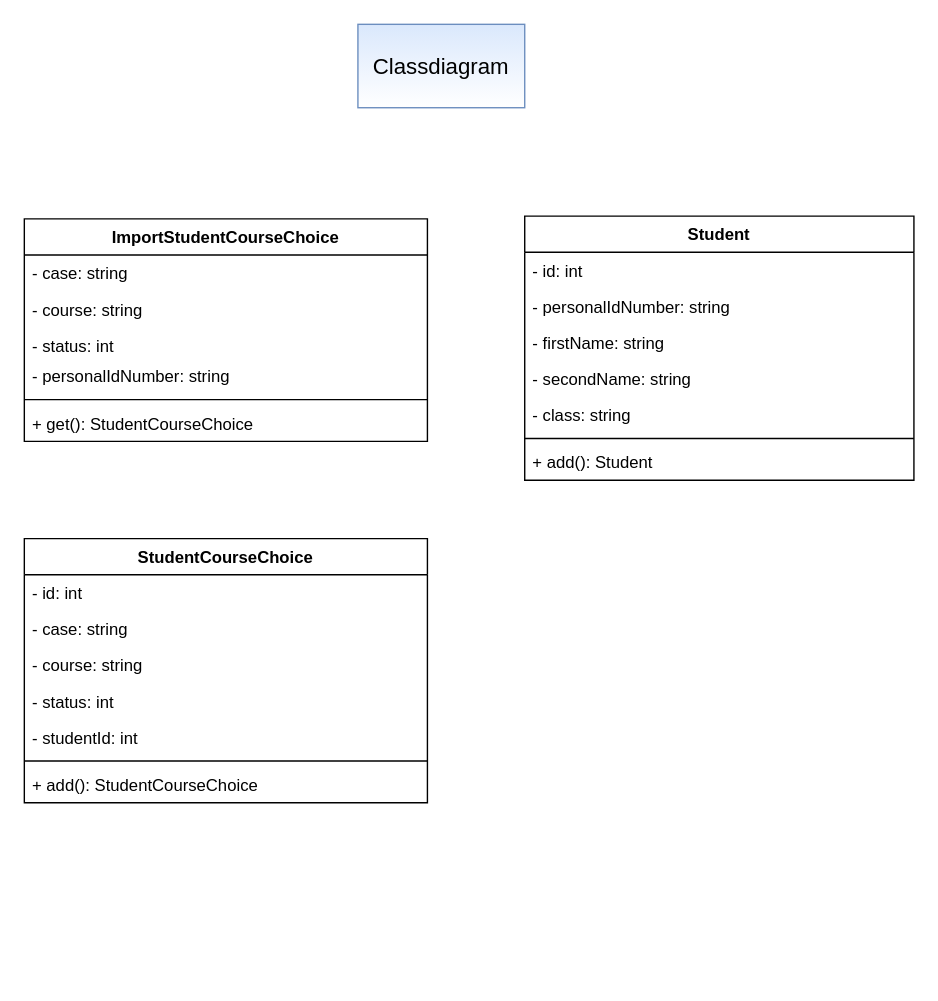
The draw.io diagram page "Classdiagram" (2 of 3) of Overview group manager.drawio in hk66dev/manage-student-groups, before the edit. Source tidied: cells renumbered, new cells numbered last; positions are measured from the earlier drawing's top-left corner, leaving out a move shared by most shapes. Both pictures are drawn from the tidied source at 139%, with x=0, y=0 at pixel (24, 24).
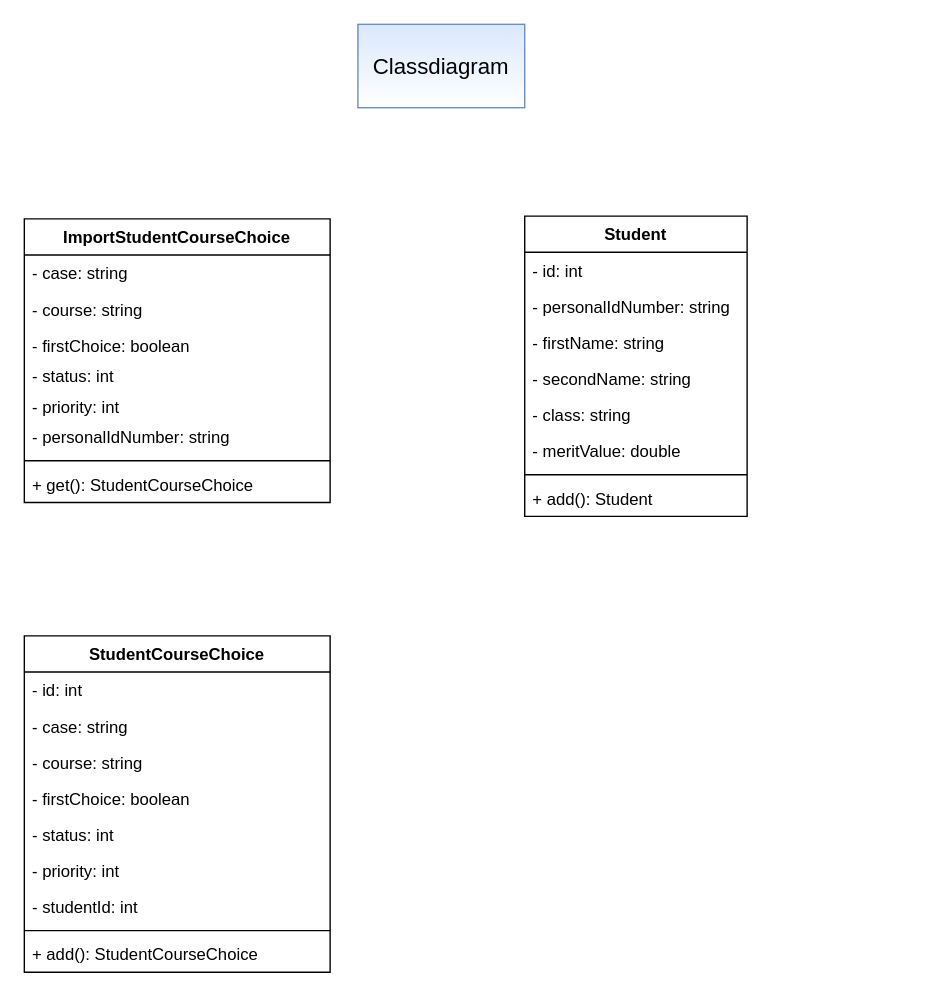
The same page after the edit.

What changed in the source:
```diff
@@
     <mxCell id="2" value="ImportStudentCourseChoice&#10;" style="swimlane;fontStyle=1;align=center;verticalAlign=top;horizontal=1;startSize=26;rounded=0;sketch=0;" parent="1" vertex="1">
-      <mxGeometry y="140" width="290" height="160" as="geometry" />
+      <mxGeometry y="140" width="220" height="204" as="geometry" />
     </mxCell>
     <mxCell id="3" value="- case: string" style="text;strokeColor=none;fillColor=none;align=left;verticalAlign=top;spacingLeft=4;spacingRight=4;overflow=hidden;rounded=0;sketch=0;" parent="2" vertex="1">
-      <mxGeometry y="26" width="290" height="26" as="geometry" />
+      <mxGeometry y="26" width="220" height="26" as="geometry" />
     </mxCell>
     <mxCell id="4" value="- course: string" style="text;strokeColor=none;fillColor=none;align=left;verticalAlign=top;spacingLeft=4;spacingRight=4;overflow=hidden;rounded=0;sketch=0;" parent="2" vertex="1">
-      <mxGeometry y="52" width="290" height="26" as="geometry" />
+      <mxGeometry y="52" width="220" height="26" as="geometry" />
     </mxCell>
+    <mxCell id="26" value="- firstChoice: boolean" style="text;strokeColor=none;fillColor=none;align=left;verticalAlign=top;spacingLeft=4;spacingRight=4;overflow=hidden;rounded=0;sketch=0;" parent="2" vertex="1">
+      <mxGeometry y="78" width="220" height="22" as="geometry" />
+    </mxCell>
     <mxCell id="5" value="- status: int" style="text;strokeColor=none;fillColor=none;align=left;verticalAlign=top;spacingLeft=4;spacingRight=4;overflow=hidden;rounded=0;sketch=0;" parent="2" vertex="1">
-      <mxGeometry y="78" width="290" height="22" as="geometry" />
+      <mxGeometry y="100" width="220" height="22" as="geometry" />
     </mxCell>
+    <mxCell id="27" value="- priority: int" style="text;strokeColor=none;fillColor=none;align=left;verticalAlign=top;spacingLeft=4;spacingRight=4;overflow=hidden;rounded=0;sketch=0;" parent="2" vertex="1">
+      <mxGeometry y="122" width="220" height="22" as="geometry" />
+    </mxCell>
     <mxCell id="6" value="- personalIdNumber: string" style="text;strokeColor=none;fillColor=none;align=left;verticalAlign=top;spacingLeft=4;spacingRight=4;overflow=hidden;rounded=0;sketch=0;" parent="2" vertex="1">
-      <mxGeometry y="100" width="290" height="26" as="geometry" />
+      <mxGeometry y="144" width="220" height="26" as="geometry" />
     </mxCell>
     <mxCell id="7" style="line;strokeWidth=1;fillColor=none;align=left;verticalAlign=middle;spacingTop=-1;spacingLeft=3;spacingRight=3;labelPosition=right;rounded=0;sketch=0;" parent="2" vertex="1">
-      <mxGeometry y="126" width="290" height="8" as="geometry" />
+      <mxGeometry y="170" width="220" height="8" as="geometry" />
     </mxCell>
     <mxCell id="8" value="+ get(): StudentCourseChoice" style="text;strokeColor=none;fillColor=none;align=left;verticalAlign=top;spacingLeft=4;spacingRight=4;overflow=hidden;rounded=0;sketch=0;" parent="2" vertex="1">
-      <mxGeometry y="134" width="290" height="26" as="geometry" />
+      <mxGeometry y="178" width="220" height="26" as="geometry" />
     </mxCell>
     <mxCell id="9" value="Student" style="swimlane;fontStyle=1;align=center;verticalAlign=top;horizontal=1;startSize=26;rounded=0;sketch=0;" parent="1" vertex="1">
-      <mxGeometry x="360" y="138" width="280" height="190" as="geometry" />
+      <mxGeometry x="360" y="138" width="160" height="216" as="geometry" />
     </mxCell>
     <mxCell id="10" value="- id: int" style="text;strokeColor=none;fillColor=none;align=left;verticalAlign=top;spacingLeft=4;spacingRight=4;overflow=hidden;rounded=0;sketch=0;" parent="9" vertex="1">
-      <mxGeometry y="26" width="280" height="26" as="geometry" />
+      <mxGeometry y="26" width="160" height="26" as="geometry" />
     </mxCell>
     <mxCell id="11" value="- personalIdNumber: string" style="text;strokeColor=none;fillColor=none;align=left;verticalAlign=top;spacingLeft=4;spacingRight=4;overflow=hidden;rounded=0;sketch=0;" parent="9" vertex="1">
-      <mxGeometry y="52" width="280" height="26" as="geometry" />
+      <mxGeometry y="52" width="160" height="26" as="geometry" />
     </mxCell>
     <mxCell id="12" value="- firstName: string" style="text;strokeColor=none;fillColor=none;align=left;verticalAlign=top;spacingLeft=4;spacingRight=4;overflow=hidden;rounded=0;sketch=0;" parent="9" vertex="1">
-      <mxGeometry y="78" width="280" height="26" as="geometry" />
+      <mxGeometry y="78" width="160" height="26" as="geometry" />
     </mxCell>
     <mxCell id="13" value="- secondName: string" style="text;strokeColor=none;fillColor=none;align=left;verticalAlign=top;spacingLeft=4;spacingRight=4;overflow=hidden;rounded=0;sketch=0;" parent="9" vertex="1">
-      <mxGeometry y="104" width="280" height="26" as="geometry" />
+      <mxGeometry y="104" width="160" height="26" as="geometry" />
     </mxCell>
     <mxCell id="14" value="- class: string" style="text;strokeColor=none;fillColor=none;align=left;verticalAlign=top;spacingLeft=4;spacingRight=4;overflow=hidden;rounded=0;sketch=0;" parent="9" vertex="1">
-      <mxGeometry y="130" width="280" height="26" as="geometry" />
+      <mxGeometry y="130" width="160" height="26" as="geometry" />
     </mxCell>
+    <mxCell id="28" value="- meritValue: double" style="text;strokeColor=none;fillColor=none;align=left;verticalAlign=top;spacingLeft=4;spacingRight=4;overflow=hidden;rounded=0;sketch=0;" parent="9" vertex="1">
+      <mxGeometry y="156" width="160" height="26" as="geometry" />
+    </mxCell>
     <mxCell id="15" style="line;strokeWidth=1;fillColor=none;align=left;verticalAlign=middle;spacingTop=-1;spacingLeft=3;spacingRight=3;labelPosition=right;rounded=0;sketch=0;" parent="9" vertex="1">
-      <mxGeometry y="156" width="280" height="8" as="geometry" />
+      <mxGeometry y="182" width="160" height="8" as="geometry" />
     </mxCell>
     <mxCell id="16" value="+ add(): Student" style="text;strokeColor=none;fillColor=none;align=left;verticalAlign=top;spacingLeft=4;spacingRight=4;overflow=hidden;rounded=0;sketch=0;" parent="9" vertex="1">
-      <mxGeometry y="164" width="280" height="26" as="geometry" />
+      <mxGeometry y="190" width="160" height="26" as="geometry" />
     </mxCell>
@@
     <mxCell id="18" value="StudentCourseChoice" style="swimlane;fontStyle=1;align=center;verticalAlign=top;horizontal=1;startSize=26;rounded=0;sketch=0;fontSize=12;gradientColor=#ffffff;" parent="1" vertex="1">
-      <mxGeometry y="370" width="290" height="190" as="geometry" />
+      <mxGeometry y="440" width="220" height="242" as="geometry" />
     </mxCell>
     <mxCell id="19" value="- id: int" style="text;strokeColor=none;fillColor=none;align=left;verticalAlign=top;spacingLeft=4;spacingRight=4;overflow=hidden;rounded=0;sketch=0;fontSize=12;" parent="18" vertex="1">
-      <mxGeometry y="26" width="290" height="26" as="geometry" />
+      <mxGeometry y="26" width="220" height="26" as="geometry" />
     </mxCell>
     <mxCell id="20" value="- case: string" style="text;strokeColor=none;fillColor=none;align=left;verticalAlign=top;spacingLeft=4;spacingRight=4;overflow=hidden;rounded=0;sketch=0;fontSize=12;" parent="18" vertex="1">
-      <mxGeometry y="52" width="290" height="26" as="geometry" />
+      <mxGeometry y="52" width="220" height="26" as="geometry" />
     </mxCell>
     <mxCell id="21" value="- course: string" style="text;strokeColor=none;fillColor=none;align=left;verticalAlign=top;spacingLeft=4;spacingRight=4;overflow=hidden;rounded=0;sketch=0;fontSize=12;" parent="18" vertex="1">
-      <mxGeometry y="78" width="290" height="26" as="geometry" />
+      <mxGeometry y="78" width="220" height="26" as="geometry" />
     </mxCell>
+    <mxCell id="29" value="- firstChoice: boolean" style="text;strokeColor=none;fillColor=none;align=left;verticalAlign=top;spacingLeft=4;spacingRight=4;overflow=hidden;rounded=0;sketch=0;fontSize=12;" parent="18" vertex="1">
+      <mxGeometry y="104" width="220" height="26" as="geometry" />
+    </mxCell>
     <mxCell id="22" value="- status: int" style="text;strokeColor=none;fillColor=none;align=left;verticalAlign=top;spacingLeft=4;spacingRight=4;overflow=hidden;rounded=0;sketch=0;fontSize=12;" parent="18" vertex="1">
-      <mxGeometry y="104" width="290" height="26" as="geometry" />
+      <mxGeometry y="130" width="220" height="26" as="geometry" />
     </mxCell>
+    <mxCell id="30" value="- priority: int" style="text;strokeColor=none;fillColor=none;align=left;verticalAlign=top;spacingLeft=4;spacingRight=4;overflow=hidden;rounded=0;sketch=0;fontSize=12;" parent="18" vertex="1">
+      <mxGeometry y="156" width="220" height="26" as="geometry" />
+    </mxCell>
     <mxCell id="23" value="- studentId: int" style="text;strokeColor=none;fillColor=none;align=left;verticalAlign=top;spacingLeft=4;spacingRight=4;overflow=hidden;rounded=0;sketch=0;fontSize=12;" parent="18" vertex="1">
-      <mxGeometry y="130" width="290" height="26" as="geometry" />
+      <mxGeometry y="182" width="220" height="26" as="geometry" />
     </mxCell>
     <mxCell id="24" style="line;strokeWidth=1;fillColor=none;align=left;verticalAlign=middle;spacingTop=-1;spacingLeft=3;spacingRight=3;labelPosition=right;rounded=0;sketch=0;fontSize=16;" parent="18" vertex="1">
-      <mxGeometry y="156" width="290" height="8" as="geometry" />
+      <mxGeometry y="208" width="220" height="8" as="geometry" />
     </mxCell>
     <mxCell id="25" value="+ add(): StudentCourseChoice" style="text;strokeColor=none;fillColor=none;align=left;verticalAlign=top;spacingLeft=4;spacingRight=4;overflow=hidden;rounded=0;sketch=0;fontSize=12;" parent="18" vertex="1">
-      <mxGeometry y="164" width="290" height="26" as="geometry" />
+      <mxGeometry y="216" width="220" height="26" as="geometry" />
     </mxCell>
```
